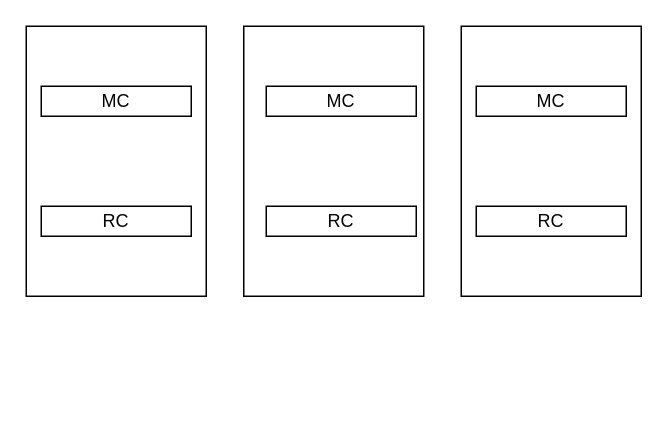
This is Untitled Diagram.drawio from gotrade/gotrade, a draw.io file, before an edit. Source tidied: cells renumbered, new cells numbered last; positions are measured from the earlier drawing's top-left corner, leaving out a move shared by most shapes. Both pictures are drawn from the tidied source at 150%, with x=0, y=0 at pixel (26, 26).
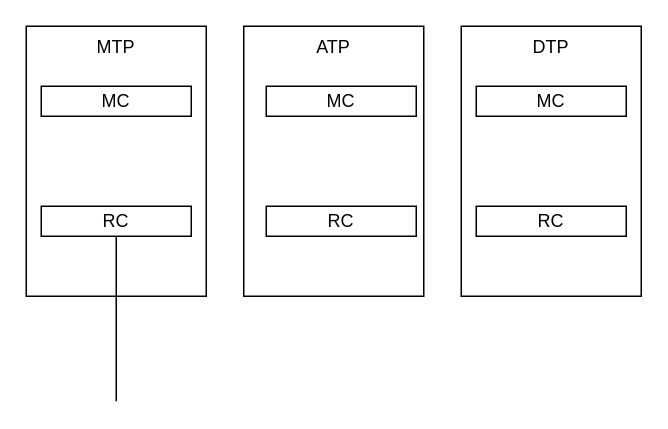
The same page after the edit.

Change to the diagram source:
```diff
@@
 <mxGraphModel>
   <root>
     <mxCell id="0" />
     <mxCell id="1" parent="0" />
-    <mxCell id="2" style="rounded=0;whiteSpace=wrap;html=1;" parent="1" vertex="1">
+    <mxCell id="2" value="ATP" style="rounded=0;whiteSpace=wrap;html=1;verticalAlign=top;" parent="1" vertex="1">
       <mxGeometry x="145" width="120" height="180" as="geometry" />
     </mxCell>
-    <mxCell id="3" style="rounded=0;whiteSpace=wrap;html=1;" parent="1" vertex="1">
+    <mxCell id="3" value="DTP" style="rounded=0;whiteSpace=wrap;html=1;verticalAlign=top;" parent="1" vertex="1">
       <mxGeometry x="290" width="120" height="180" as="geometry" />
     </mxCell>
-    <mxCell id="4" style="rounded=0;whiteSpace=wrap;html=1;" parent="1" vertex="1">
+    <mxCell id="4" value="MTP" style="rounded=0;whiteSpace=wrap;html=1;verticalAlign=top;" parent="1" vertex="1">
       <mxGeometry width="120" height="180" as="geometry" />
     </mxCell>
     <mxCell id="5" value="MC" style="rounded=0;whiteSpace=wrap;html=1;" parent="1" vertex="1">
       <mxGeometry x="10" y="40" width="100" height="20" as="geometry" />
     </mxCell>
+    <mxCell id="11" style="edgeStyle=orthogonalEdgeStyle;rounded=0;jettySize=auto;html=1;endArrow=none;endFill=0;" parent="1" edge="1" source="6">
+      <mxGeometry relative="1" as="geometry">
+        <mxPoint x="60" y="250" as="targetPoint" />
+      </mxGeometry>
+    </mxCell>
     <mxCell id="6" value="RC" style="rounded=0;whiteSpace=wrap;html=1;" parent="1" vertex="1">
       <mxGeometry x="10" y="120" width="100" height="20" as="geometry" />
     </mxCell>
     <mxCell id="7" value="MC" style="rounded=0;whiteSpace=wrap;html=1;" parent="1" vertex="1">
       <mxGeometry x="160" y="40" width="100" height="20" as="geometry" />
     </mxCell>
     <mxCell id="8" value="RC" style="rounded=0;whiteSpace=wrap;html=1;" parent="1" vertex="1">
       <mxGeometry x="160" y="120" width="100" height="20" as="geometry" />
     </mxCell>
     <mxCell id="9" value="MC" style="rounded=0;whiteSpace=wrap;html=1;" parent="1" vertex="1">
       <mxGeometry x="300" y="40" width="100" height="20" as="geometry" />
     </mxCell>
     <mxCell id="10" value="RC" style="rounded=0;whiteSpace=wrap;html=1;" parent="1" vertex="1">
       <mxGeometry x="300" y="120" width="100" height="20" as="geometry" />
     </mxCell>
   </root>
 </mxGraphModel>
```
